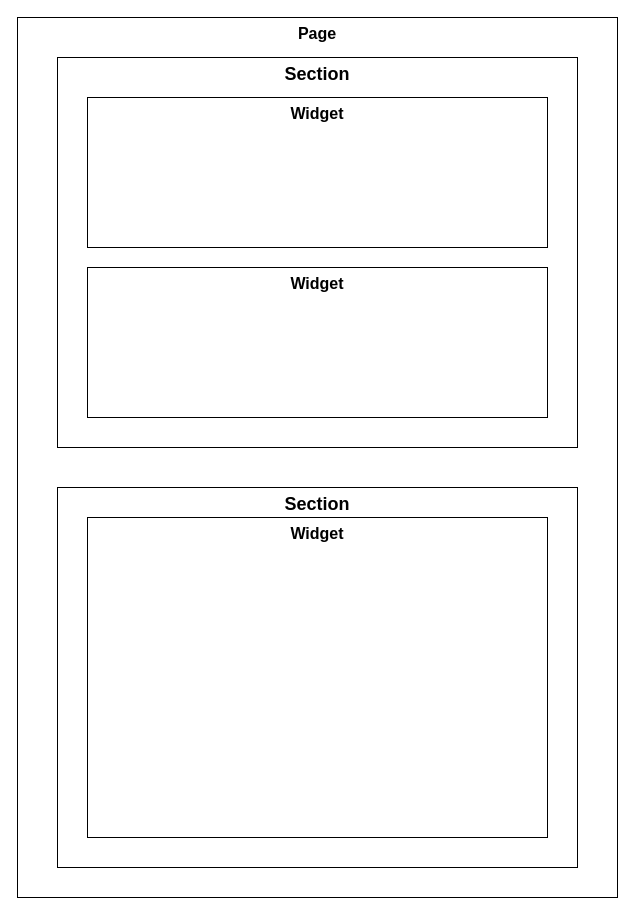
ctcl-bregis/ctclsite-content keeps this draw.io diagram as pages/projects/infosite/docs/page/hierarchy.drawio. Above is the earlier version. Source tidied: cells renumbered, new cells numbered last; positions are measured from the earlier drawing's top-left corner, leaving out a move shared by most shapes. Both pictures are drawn from the tidied source at 100%, with x=0, y=0 at pixel (17, 17).
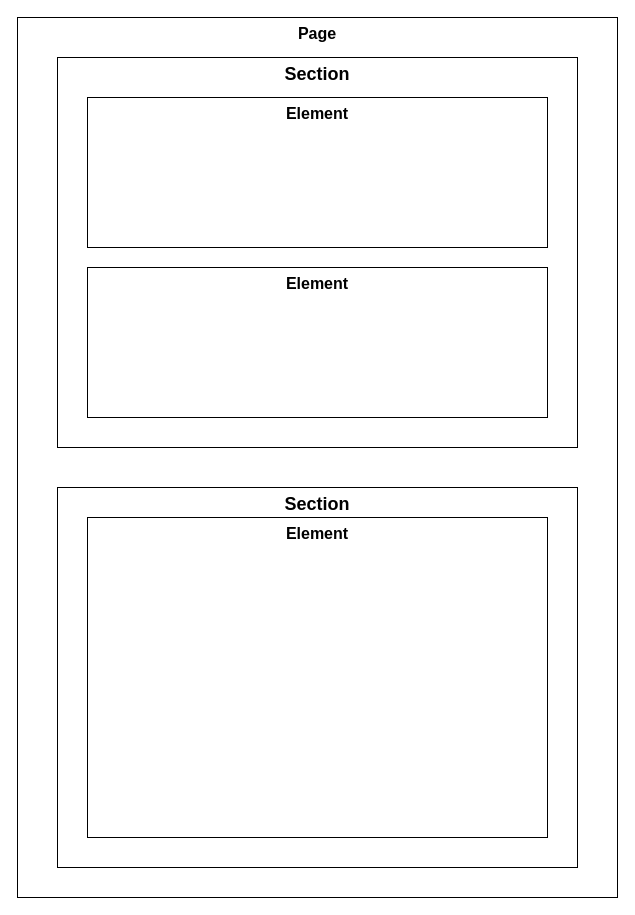
The same page after the edit.

Change to the diagram source:
```diff
@@
 <mxGraphModel>
   <root>
     <mxCell id="0" />
     <mxCell id="1" parent="0" />
     <mxCell id="2" value="Page" style="rounded=0;whiteSpace=wrap;html=1;fontStyle=1;verticalAlign=top;fontSize=16;" parent="1" vertex="1">
       <mxGeometry width="600" height="880" as="geometry" />
     </mxCell>
     <mxCell id="3" value="Section" style="rounded=0;whiteSpace=wrap;html=1;fontSize=18;verticalAlign=top;fontStyle=1;" parent="1" vertex="1">
       <mxGeometry x="40" y="40" width="520" height="390" as="geometry" />
     </mxCell>
-    <mxCell id="4" value="Widget" style="rounded=0;whiteSpace=wrap;html=1;fontSize=16;fontStyle=1;verticalAlign=top;" parent="1" vertex="1">
+    <mxCell id="4" value="Element" style="rounded=0;whiteSpace=wrap;html=1;fontSize=16;fontStyle=1;verticalAlign=top;" parent="1" vertex="1">
       <mxGeometry x="70" y="80" width="460" height="150" as="geometry" />
     </mxCell>
-    <mxCell id="5" value="Widget" style="rounded=0;whiteSpace=wrap;html=1;fontSize=16;fontStyle=1;verticalAlign=top;" parent="1" vertex="1">
+    <mxCell id="5" value="Element" style="rounded=0;whiteSpace=wrap;html=1;fontSize=16;fontStyle=1;verticalAlign=top;" parent="1" vertex="1">
       <mxGeometry x="70" y="250" width="460" height="150" as="geometry" />
     </mxCell>
     <mxCell id="6" value="Section" style="rounded=0;whiteSpace=wrap;html=1;fontSize=18;verticalAlign=top;fontStyle=1;" parent="1" vertex="1">
       <mxGeometry x="40" y="470" width="520" height="380" as="geometry" />
     </mxCell>
-    <mxCell id="7" value="Widget&lt;br&gt;" style="rounded=0;whiteSpace=wrap;html=1;fontSize=16;fontStyle=1;verticalAlign=top;" parent="1" vertex="1">
+    <mxCell id="7" value="Element" style="rounded=0;whiteSpace=wrap;html=1;fontSize=16;fontStyle=1;verticalAlign=top;" parent="1" vertex="1">
       <mxGeometry x="70" y="500" width="460" height="320" as="geometry" />
     </mxCell>
   </root>
 </mxGraphModel>
```
